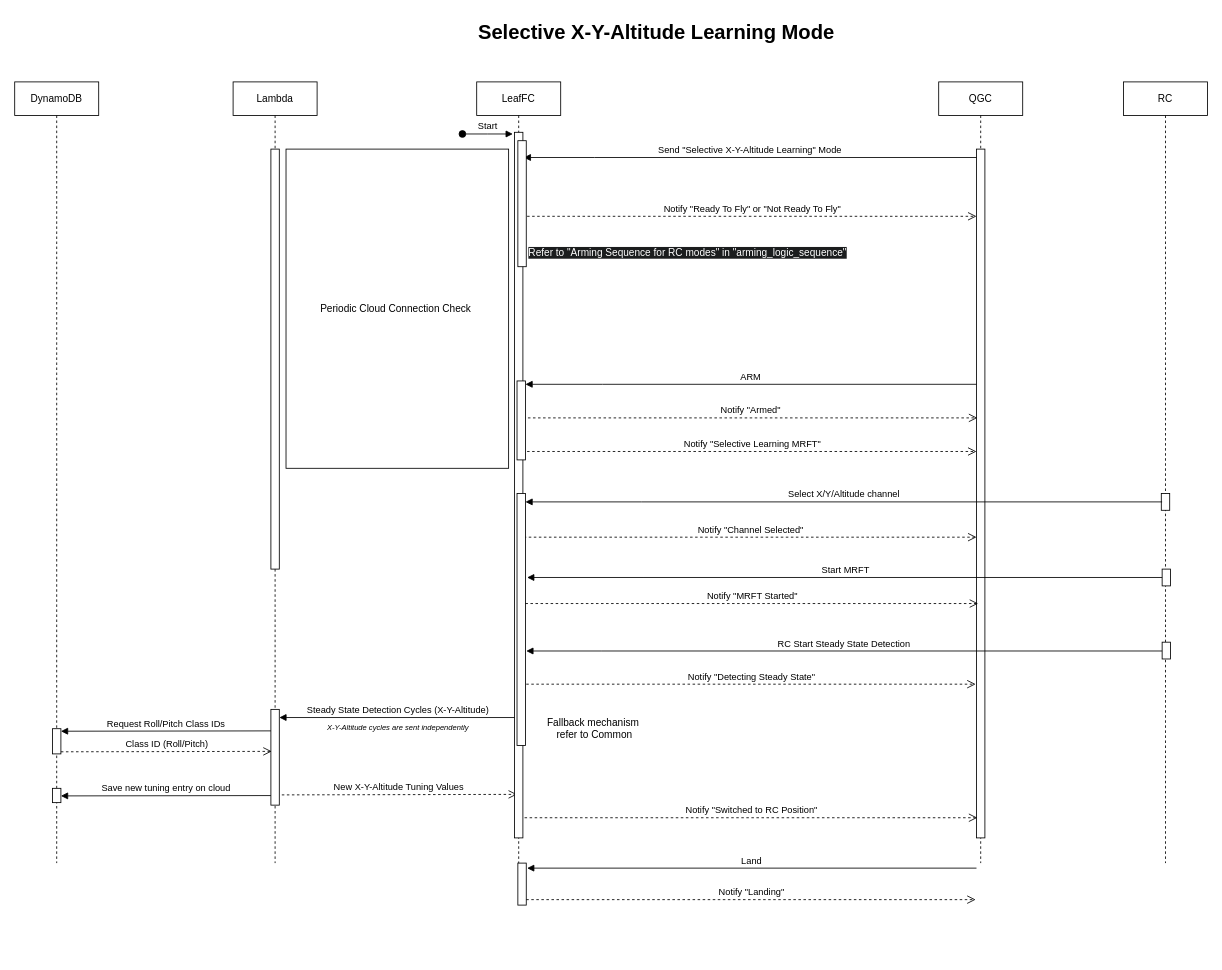
DroneLeaf/HEAR_wiki keeps this draw.io diagram as Guide/HEAR Software/Flight Modes/Modes Sequence Diagrams/X-Y-Altitude selective learning mode.drawio. Above is the earlier version. Source tidied: cells renumbered, new cells numbered last; positions are measured from the earlier drawing's top-left corner, leaving out a move shared by most shapes. Both pictures are drawn from the tidied source at 84%, with x=0, y=0 at pixel (-40, 14).
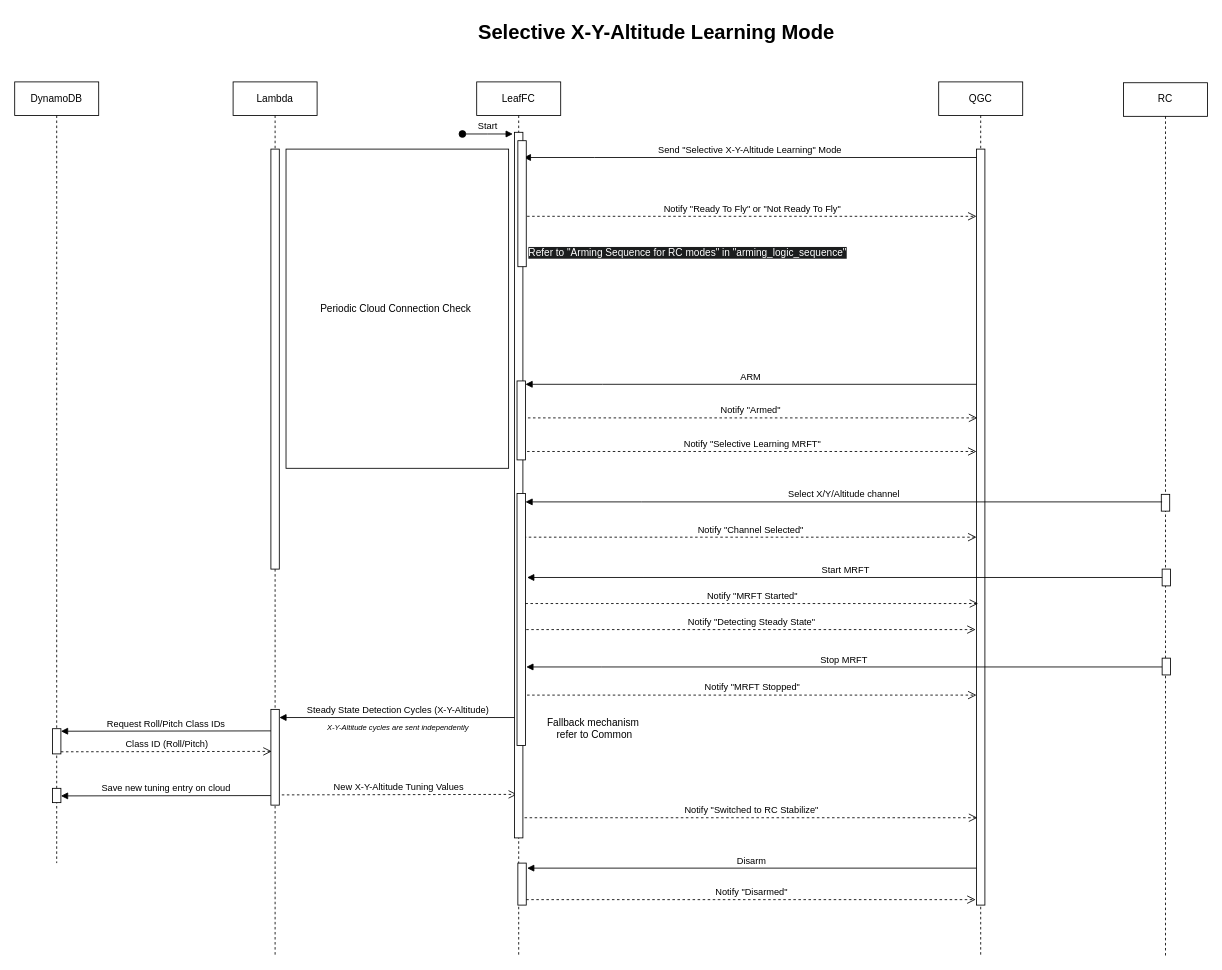
The same diagram, later.

Commit message (it also covers changes not shown here):
Updated Behaviour Matrix Updated full learning mode Updated x-y-altitude selective learning as per the updates on behaviour matrix (flight modes matrix)

The edit, as a diff of the source:
```diff
@@
     <mxCell id="2" value="LeafFC" style="shape=umlLifeline;perimeter=lifelinePerimeter;whiteSpace=wrap;html=1;newEdgeStyle={&quot;edgeStyle&quot;:&quot;elbowEdgeStyle&quot;,&quot;elbow&quot;:&quot;vertical&quot;,&quot;curved&quot;:0,&quot;rounded&quot;:0};" parent="1" vertex="1">
-      <mxGeometry x="615" y="80" width="100" height="930" as="geometry" />
+      <mxGeometry x="615" y="80" width="100" height="1040" as="geometry" />
     </mxCell>
@@
     <mxCell id="4" value="QGC" style="shape=umlLifeline;perimeter=lifelinePerimeter;whiteSpace=wrap;html=1;newEdgeStyle={&quot;edgeStyle&quot;:&quot;elbowEdgeStyle&quot;,&quot;elbow&quot;:&quot;vertical&quot;,&quot;curved&quot;:0,&quot;rounded&quot;:0};" parent="1" vertex="1">
-      <mxGeometry x="1165" y="80" width="100" height="930" as="geometry" />
+      <mxGeometry x="1165" y="80" width="100" height="1040" as="geometry" />
     </mxCell>
     <mxCell id="5" style="html=1;perimeter=orthogonalPerimeter;targetShapes=umlLifeline;newEdgeStyle={&quot;edgeStyle&quot;:&quot;elbowEdgeStyle&quot;,&quot;elbow&quot;:&quot;vertical&quot;,&quot;curved&quot;:0,&quot;rounded&quot;:0};" parent="4" vertex="1">
-      <mxGeometry x="45" y="80" width="10" height="820" as="geometry" />
+      <mxGeometry x="45" y="80" width="10" height="900" as="geometry" />
     </mxCell>
@@
     <mxCell id="10" value="Lambda" style="shape=umlLifeline;perimeter=lifelinePerimeter;whiteSpace=wrap;html=1;newEdgeStyle={&quot;edgeStyle&quot;:&quot;elbowEdgeStyle&quot;,&quot;elbow&quot;:&quot;vertical&quot;,&quot;curved&quot;:0,&quot;rounded&quot;:0};" parent="1" vertex="1">
-      <mxGeometry x="325" y="80" width="100" height="930" as="geometry" />
+      <mxGeometry x="325" y="80" width="100" height="1040" as="geometry" />
     </mxCell>
@@
     <mxCell id="28" value="&lt;div&gt;RC&lt;/div&gt;" style="shape=umlLifeline;perimeter=lifelinePerimeter;whiteSpace=wrap;html=1;newEdgeStyle={&quot;edgeStyle&quot;:&quot;elbowEdgeStyle&quot;,&quot;elbow&quot;:&quot;vertical&quot;,&quot;curved&quot;:0,&quot;rounded&quot;:0};" parent="1" vertex="1">
-      <mxGeometry x="1385" y="80" width="100" height="930" as="geometry" />
+      <mxGeometry x="1385" y="81" width="100" height="1039" as="geometry" />
     </mxCell>
@@
     <mxCell id="30" style="html=1;points=[];perimeter=orthogonalPerimeter;outlineConnect=0;targetShapes=umlLifeline;portConstraint=eastwest;newEdgeStyle={&quot;edgeStyle&quot;:&quot;elbowEdgeStyle&quot;,&quot;elbow&quot;:&quot;vertical&quot;,&quot;curved&quot;:0,&quot;rounded&quot;:0};" parent="28" vertex="1">
-      <mxGeometry x="46" y="667" width="10" height="20" as="geometry" />
+      <mxGeometry x="46" y="685" width="10" height="20" as="geometry" />
     </mxCell>
@@
-    <mxCell id="39" value="Notify&amp;nbsp;&quot;Switched to RC Position&quot;" style="html=1;verticalAlign=bottom;endArrow=open;dashed=1;endSize=8;edgeStyle=elbowEdgeStyle;elbow=vertical;curved=0;rounded=0;" parent="1" edge="1">
+    <mxCell id="39" value="Notify&amp;nbsp;&quot;Switched to RC Stabilize&quot;" style="html=1;verticalAlign=bottom;endArrow=open;dashed=1;endSize=8;edgeStyle=elbowEdgeStyle;elbow=vertical;curved=0;rounded=0;" parent="1" edge="1">
       <mxGeometry relative="1" as="geometry">
         <mxPoint x="672" y="956" as="sourcePoint" />
         <mxPoint x="1211" y="956" as="targetPoint" />
         <Array as="points">
           <mxPoint x="756" y="956" />
         </Array>
       </mxGeometry>
     </mxCell>
-    <mxCell id="40" value="Land" style="html=1;verticalAlign=bottom;endArrow=block;edgeStyle=elbowEdgeStyle;elbow=vertical;curved=0;rounded=0;" parent="1" edge="1">
+    <mxCell id="40" value="Disarm" style="html=1;verticalAlign=bottom;endArrow=block;edgeStyle=elbowEdgeStyle;elbow=vertical;curved=0;rounded=0;" parent="1" edge="1">
       <mxGeometry relative="1" as="geometry">
         <mxPoint x="1210" y="1016" as="sourcePoint" />
         <mxPoint x="675" y="1016" as="targetPoint" />
         <Array as="points">
           <mxPoint x="675" y="1016" />
         </Array>
       </mxGeometry>
     </mxCell>
-    <mxCell id="41" value="Notify &quot;Landing&quot;" style="html=1;verticalAlign=bottom;endArrow=open;dashed=1;endSize=8;edgeStyle=elbowEdgeStyle;elbow=vertical;curved=0;rounded=0;" parent="1" edge="1">
+    <mxCell id="41" value="Notify &quot;Disarmed&quot;" style="html=1;verticalAlign=bottom;endArrow=open;dashed=1;endSize=8;edgeStyle=elbowEdgeStyle;elbow=vertical;curved=0;rounded=0;" parent="1" edge="1">
       <mxGeometry relative="1" as="geometry">
         <mxPoint x="674" y="1053.5" as="sourcePoint" />
         <mxPoint x="1209" y="1053.5" as="targetPoint" />
         <Array as="points">
           <mxPoint x="754" y="1053.5" />
         </Array>
       </mxGeometry>
     </mxCell>
-    <mxCell id="42" value="RC Start Steady State Detection" style="html=1;verticalAlign=bottom;endArrow=block;edgeStyle=elbowEdgeStyle;elbow=vertical;curved=0;rounded=0;" parent="1" edge="1" source="30">
+    <mxCell id="42" value="Stop MRFT" style="html=1;verticalAlign=bottom;endArrow=block;edgeStyle=elbowEdgeStyle;elbow=vertical;curved=0;rounded=0;" parent="1" edge="1" source="30">
       <mxGeometry relative="1" as="geometry">
-        <mxPoint x="674" y="757.5" as="targetPoint" />
+        <mxPoint x="674" y="776.5" as="targetPoint" />
         <Array as="points">
-          <mxPoint x="764" y="757.5" />
+          <mxPoint x="764" y="776.5" />
         </Array>
       </mxGeometry>
     </mxCell>
     <mxCell id="43" value="Notify&amp;nbsp;&quot;Detecting Steady State&quot;" style="html=1;verticalAlign=bottom;endArrow=open;dashed=1;endSize=8;edgeStyle=elbowEdgeStyle;elbow=vertical;curved=0;rounded=0;" parent="1" edge="1">
       <mxGeometry relative="1" as="geometry">
-        <mxPoint x="674" y="797" as="sourcePoint" />
-        <mxPoint x="1209" y="797" as="targetPoint" />
+        <mxPoint x="674" y="732" as="sourcePoint" />
+        <mxPoint x="1209" y="732" as="targetPoint" />
         <Array as="points">
-          <mxPoint x="754" y="797" />
+          <mxPoint x="754" y="732" />
         </Array>
       </mxGeometry>
     </mxCell>
@@
+    <mxCell id="45" value="Notify&amp;nbsp;&quot;MRFT Stopped&quot;" style="html=1;verticalAlign=bottom;endArrow=open;dashed=1;endSize=8;edgeStyle=elbowEdgeStyle;elbow=vertical;curved=0;rounded=0;" parent="1" edge="1">
+      <mxGeometry relative="1" as="geometry">
+        <mxPoint x="675" y="810" as="sourcePoint" />
+        <mxPoint x="1210" y="810" as="targetPoint" />
+        <Array as="points">
+          <mxPoint x="755" y="810" />
+        </Array>
+      </mxGeometry>
+    </mxCell>
```
